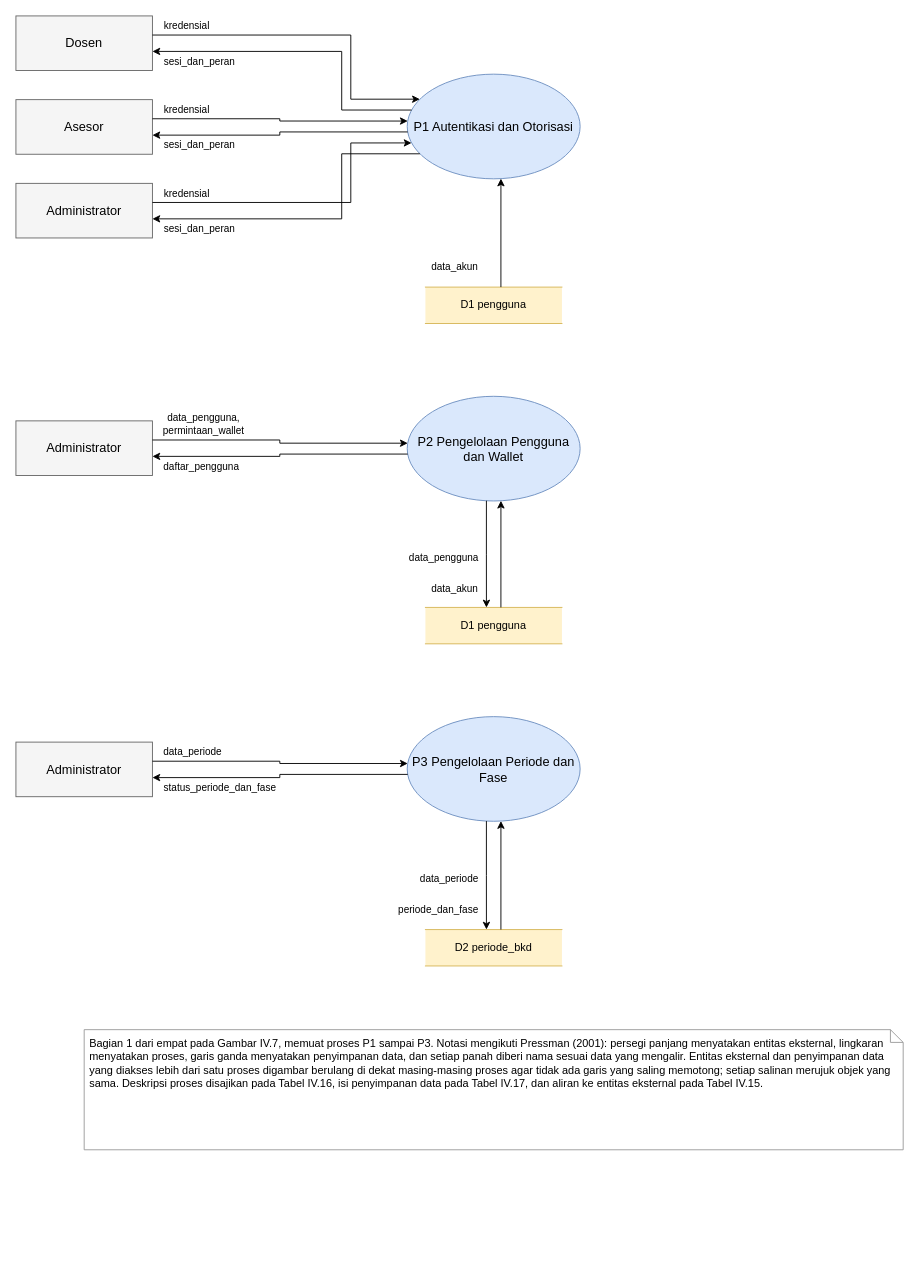
Earlier version of the draw.io diagram docs/diagram/IV-07-a-dfd-level-1-p1-p3.drawio (SandChik/TugasAkhir). Source tidied: cells renumbered, new cells numbered last; positions are measured from the earlier drawing's top-left corner, leaving out a move shared by most shapes. Both pictures are drawn from the tidied source at 91%, with x=0, y=0 at pixel (15, 15).
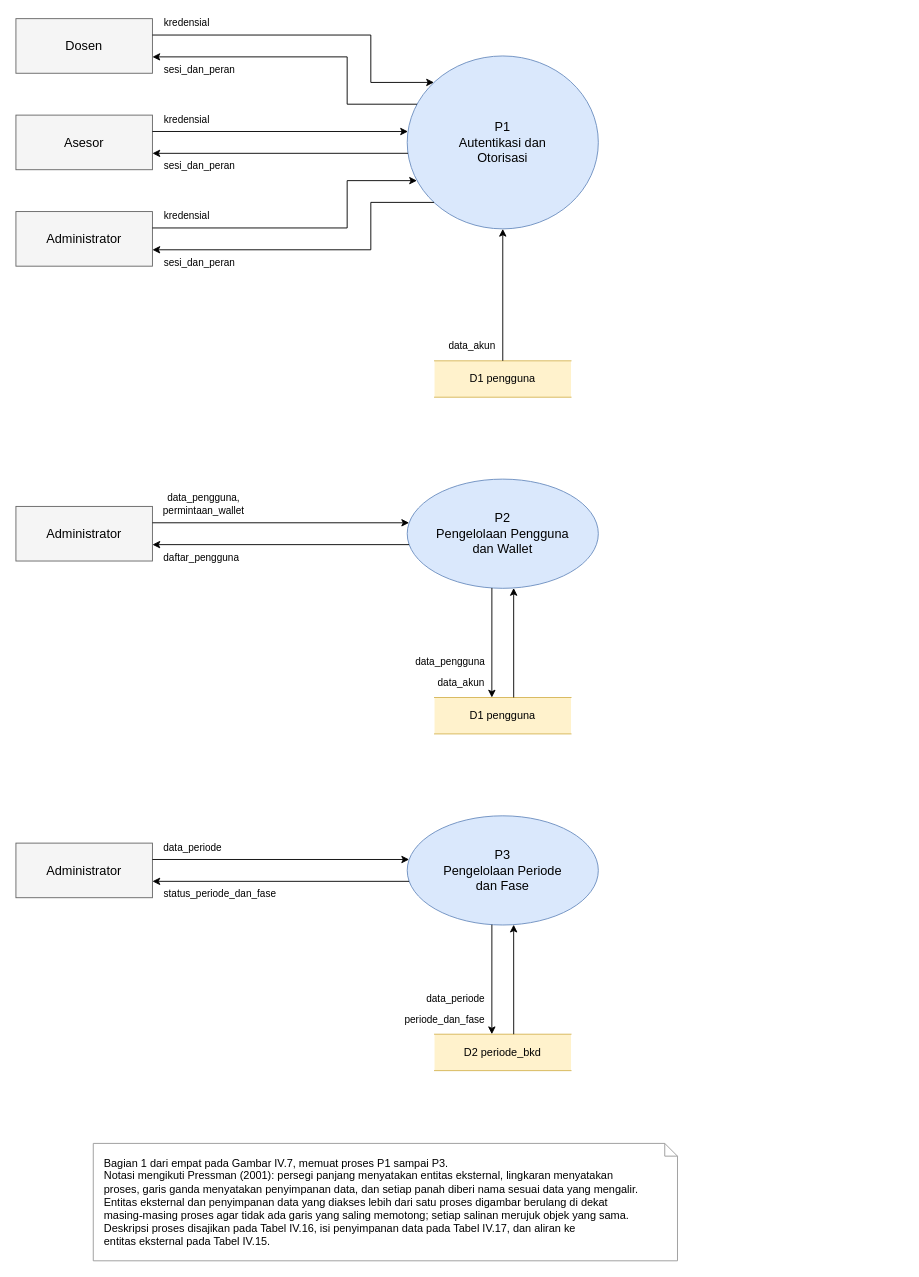
After the change.

The edit, as a diff of the source:
```diff
@@
-    <mxCell id="2" value="P1 Autentikasi dan Otorisasi" style="ellipse;whiteSpace=wrap;html=1;fontSize=14;align=center;strokeColor=#6c8ebf;fillColor=#dae8fc;" parent="1" vertex="1">
-      <mxGeometry x="430" y="64" width="190" height="115" as="geometry" />
+    <mxCell id="2" value="P1&lt;br&gt;Autentikasi dan&lt;br&gt;Otorisasi" style="ellipse;whiteSpace=wrap;html=1;fontSize=14;align=center;strokeColor=#6c8ebf;fillColor=#dae8fc;" parent="1" vertex="1">
+      <mxGeometry x="430" y="44" width="210" height="190" as="geometry" />
     </mxCell>
     <mxCell id="3" value="Dosen" style="rounded=0;whiteSpace=wrap;html=1;fontSize=14;align=center;strokeColor=#666666;fillColor=#f5f5f5;" parent="1" vertex="1">
-      <mxGeometry width="150" height="60" as="geometry" />
+      <mxGeometry y="3" width="150" height="60" as="geometry" />
     </mxCell>
     <mxCell id="4" value="Asesor" style="rounded=0;whiteSpace=wrap;html=1;fontSize=14;align=center;strokeColor=#666666;fillColor=#f5f5f5;" parent="1" vertex="1">
-      <mxGeometry y="92" width="150" height="60" as="geometry" />
+      <mxGeometry y="109" width="150" height="60" as="geometry" />
     </mxCell>
     <mxCell id="5" value="Administrator" style="rounded=0;whiteSpace=wrap;html=1;fontSize=14;align=center;strokeColor=#666666;fillColor=#f5f5f5;" parent="1" vertex="1">
-      <mxGeometry y="184" width="150" height="60" as="geometry" />
+      <mxGeometry y="215" width="150" height="60" as="geometry" />
     </mxCell>
     <mxCell id="6" value="D1  pengguna" style="shape=partialRectangle;top=1;bottom=1;left=0;right=0;whiteSpace=wrap;html=1;fontSize=12;align=center;strokeColor=#d6b656;fillColor=#fff2cc;" parent="1" vertex="1">
-      <mxGeometry x="450" y="298" width="150" height="40" as="geometry" />
+      <mxGeometry x="460" y="379" width="150" height="40" as="geometry" />
     </mxCell>
-    <mxCell id="7" value="P2 Pengelolaan Pengguna dan Wallet" style="ellipse;whiteSpace=wrap;html=1;fontSize=14;align=center;strokeColor=#6c8ebf;fillColor=#dae8fc;" parent="1" vertex="1">
-      <mxGeometry x="430" y="418" width="190" height="115" as="geometry" />
+    <mxCell id="7" value="P2&lt;br&gt;Pengelolaan Pengguna&lt;br&gt;dan Wallet" style="ellipse;whiteSpace=wrap;html=1;fontSize=14;align=center;strokeColor=#6c8ebf;fillColor=#dae8fc;" parent="1" vertex="1">
+      <mxGeometry x="430" y="509" width="210" height="120" as="geometry" />
     </mxCell>
     <mxCell id="8" value="Administrator" style="rounded=0;whiteSpace=wrap;html=1;fontSize=14;align=center;strokeColor=#666666;fillColor=#f5f5f5;" parent="1" vertex="1">
-      <mxGeometry y="445" width="150" height="60" as="geometry" />
+      <mxGeometry y="539" width="150" height="60" as="geometry" />
     </mxCell>
     <mxCell id="9" value="D1  pengguna" style="shape=partialRectangle;top=1;bottom=1;left=0;right=0;whiteSpace=wrap;html=1;fontSize=12;align=center;strokeColor=#d6b656;fillColor=#fff2cc;" parent="1" vertex="1">
-      <mxGeometry x="450" y="650" width="150" height="40" as="geometry" />
+      <mxGeometry x="460" y="749" width="150" height="40" as="geometry" />
     </mxCell>
-    <mxCell id="10" value="P3 Pengelolaan Periode dan Fase" style="ellipse;whiteSpace=wrap;html=1;fontSize=14;align=center;strokeColor=#6c8ebf;fillColor=#dae8fc;" parent="1" vertex="1">
-      <mxGeometry x="430" y="770" width="190" height="115" as="geometry" />
+    <mxCell id="10" value="P3&lt;br&gt;Pengelolaan Periode&lt;br&gt;dan Fase" style="ellipse;whiteSpace=wrap;html=1;fontSize=14;align=center;strokeColor=#6c8ebf;fillColor=#dae8fc;" parent="1" vertex="1">
+      <mxGeometry x="430" y="879" width="210" height="120" as="geometry" />
     </mxCell>
     <mxCell id="11" value="Administrator" style="rounded=0;whiteSpace=wrap;html=1;fontSize=14;align=center;strokeColor=#666666;fillColor=#f5f5f5;" parent="1" vertex="1">
-      <mxGeometry y="798" width="150" height="60" as="geometry" />
+      <mxGeometry y="909" width="150" height="60" as="geometry" />
     </mxCell>
     <mxCell id="12" value="D2  periode_bkd" style="shape=partialRectangle;top=1;bottom=1;left=0;right=0;whiteSpace=wrap;html=1;fontSize=12;align=center;strokeColor=#d6b656;fillColor=#fff2cc;" parent="1" vertex="1">
-      <mxGeometry x="450" y="1004" width="150" height="40" as="geometry" />
+      <mxGeometry x="460" y="1119" width="150" height="40" as="geometry" />
     </mxCell>
-    <mxCell id="13" value="Bagian 1 dari empat pada Gambar IV.7, memuat proses P1 sampai P3. Notasi mengikuti Pressman (2001): persegi panjang menyatakan entitas eksternal, lingkaran menyatakan proses, garis ganda menyatakan penyimpanan data, dan setiap panah diberi nama sesuai data yang mengalir. Entitas eksternal dan penyimpanan data yang diakses lebih dari satu proses digambar berulang di dekat masing-masing proses agar tidak ada garis yang saling memotong; setiap salinan merujuk objek yang sama. Deskripsi proses disajikan pada Tabel IV.16, isi penyimpanan data pada Tabel IV.17, dan aliran ke entitas eksternal pada Tabel IV.15." style="shape=note;size=14;verticalAlign=top;spacingLeft=4;spacingTop=2;whiteSpace=wrap;html=1;fontSize=12;align=left;strokeColor=#999999;fillColor=#ffffff;" parent="1" vertex="1">
-      <mxGeometry x="75" y="1114" width="900" height="132" as="geometry" />
+    <mxCell id="13" value="Bagian 1 dari empat pada Gambar IV.7, memuat proses P1 sampai P3.&lt;br&gt;Notasi mengikuti Pressman (2001): persegi panjang menyatakan entitas eksternal, lingkaran menyatakan&lt;br&gt;proses, garis ganda menyatakan penyimpanan data, dan setiap panah diberi nama sesuai data yang mengalir.&lt;br&gt;Entitas eksternal dan penyimpanan data yang diakses lebih dari satu proses digambar berulang di dekat&lt;br&gt;masing-masing proses agar tidak ada garis yang saling memotong; setiap salinan merujuk objek yang sama.&lt;br&gt;Deskripsi proses disajikan pada Tabel IV.16, isi penyimpanan data pada Tabel IV.17, dan aliran ke&lt;br&gt;entitas eksternal pada Tabel IV.15." style="shape=note;size=14;verticalAlign=top;spacingLeft=10;spacingRight=20;spacingTop=8;whiteSpace=wrap;html=1;fontSize=12;align=left;strokeColor=#999999;fillColor=#ffffff;" parent="1" vertex="1">
+      <mxGeometry x="85" y="1239" width="642" height="129" as="geometry" />
     </mxCell>
-    <mxCell id="14" style="edgeStyle=orthogonalEdgeStyle;rounded=0;html=1;strokeColor=#000000;endArrow=classic;startArrow=none;exitX=1.000;exitY=0.350;exitDx=0;exitDy=0;entryX=0.073;entryY=0.239;entryDx=0;entryDy=0;entryPerimeter=0;" parent="1" edge="1" source="3" target="2">
+    <mxCell id="14" style="edgeStyle=orthogonalEdgeStyle;rounded=0;html=1;strokeColor=#000000;endArrow=classic;startArrow=none;exitX=1.000;exitY=0.300;exitDx=0;exitDy=0;entryX=0.140;entryY=0.153;entryDx=0;entryDy=0;entryPerimeter=0;" parent="1" edge="1" source="3" target="2">
       <mxGeometry relative="1" as="geometry">
         <Array as="points">
-          <mxPoint x="368" y="21" />
-          <mxPoint x="368" y="92" />
+          <mxPoint x="390" y="21" />
+          <mxPoint x="390" y="73" />
         </Array>
       </mxGeometry>
     </mxCell>
-    <mxCell id="15" style="edgeStyle=orthogonalEdgeStyle;rounded=0;html=1;strokeColor=#000000;endArrow=classic;startArrow=none;exitX=0.025;exitY=0.343;exitDx=0;exitDy=0;exitPerimeter=0;entryX=1.000;entryY=0.650;entryDx=0;entryDy=0;" parent="1" edge="1" source="2" target="3">
+    <mxCell id="15" style="edgeStyle=orthogonalEdgeStyle;rounded=0;html=1;strokeColor=#000000;endArrow=classic;startArrow=none;exitX=0.051;exitY=0.279;exitDx=0;exitDy=0;exitPerimeter=0;entryX=1.000;entryY=0.700;entryDx=0;entryDy=0;" parent="1" edge="1" source="2" target="3">
       <mxGeometry relative="1" as="geometry">
         <Array as="points">
-          <mxPoint x="358" y="104" />
-          <mxPoint x="358" y="39" />
+          <mxPoint x="364" y="97" />
+          <mxPoint x="364" y="45" />
         </Array>
       </mxGeometry>
     </mxCell>
-    <mxCell id="16" style="edgeStyle=orthogonalEdgeStyle;rounded=0;html=1;strokeColor=#000000;endArrow=classic;startArrow=none;exitX=1.000;exitY=0.350;exitDx=0;exitDy=0;entryX=0.003;entryY=0.448;entryDx=0;entryDy=0;entryPerimeter=0;" parent="1" edge="1" source="4" target="2">
+    <mxCell id="16" style="edgeStyle=orthogonalEdgeStyle;rounded=0;html=1;strokeColor=#000000;endArrow=classic;startArrow=none;exitX=1.000;exitY=0.300;exitDx=0;exitDy=0;entryX=0.004;entryY=0.437;entryDx=0;entryDy=0;entryPerimeter=0;" parent="1" edge="1" source="4" target="2">
       <mxGeometry relative="1" as="geometry" />
     </mxCell>
-    <mxCell id="17" style="edgeStyle=orthogonalEdgeStyle;rounded=0;html=1;strokeColor=#000000;endArrow=classic;startArrow=none;exitX=0.003;exitY=0.552;exitDx=0;exitDy=0;exitPerimeter=0;entryX=1.000;entryY=0.650;entryDx=0;entryDy=0;" parent="1" edge="1" source="2" target="4">
+    <mxCell id="17" style="edgeStyle=orthogonalEdgeStyle;rounded=0;html=1;strokeColor=#000000;endArrow=classic;startArrow=none;exitX=0.004;exitY=0.563;exitDx=0;exitDy=0;exitPerimeter=0;entryX=1.000;entryY=0.700;entryDx=0;entryDy=0;" parent="1" edge="1" source="2" target="4">
       <mxGeometry relative="1" as="geometry" />
     </mxCell>
-    <mxCell id="18" style="edgeStyle=orthogonalEdgeStyle;rounded=0;html=1;strokeColor=#000000;endArrow=classic;startArrow=none;exitX=1.000;exitY=0.350;exitDx=0;exitDy=0;entryX=0.025;entryY=0.657;entryDx=0;entryDy=0;entryPerimeter=0;" parent="1" edge="1" source="5" target="2">
+    <mxCell id="18" style="edgeStyle=orthogonalEdgeStyle;rounded=0;html=1;strokeColor=#000000;endArrow=classic;startArrow=none;exitX=1.000;exitY=0.300;exitDx=0;exitDy=0;entryX=0.051;entryY=0.721;entryDx=0;entryDy=0;entryPerimeter=0;" parent="1" edge="1" source="5" target="2">
       <mxGeometry relative="1" as="geometry">
         <Array as="points">
-          <mxPoint x="368" y="205" />
-          <mxPoint x="368" y="140" />
+          <mxPoint x="364" y="233" />
+          <mxPoint x="364" y="181" />
         </Array>
       </mxGeometry>
     </mxCell>
-    <mxCell id="19" style="edgeStyle=orthogonalEdgeStyle;rounded=0;html=1;strokeColor=#000000;endArrow=classic;startArrow=none;exitX=0.073;exitY=0.761;exitDx=0;exitDy=0;exitPerimeter=0;entryX=1.000;entryY=0.650;entryDx=0;entryDy=0;" parent="1" edge="1" source="2" target="5">
+    <mxCell id="19" style="edgeStyle=orthogonalEdgeStyle;rounded=0;html=1;strokeColor=#000000;endArrow=classic;startArrow=none;exitX=0.140;exitY=0.847;exitDx=0;exitDy=0;exitPerimeter=0;entryX=1.000;entryY=0.700;entryDx=0;entryDy=0;" parent="1" edge="1" source="2" target="5">
       <mxGeometry relative="1" as="geometry">
         <Array as="points">
-          <mxPoint x="358" y="152" />
-          <mxPoint x="358" y="223" />
+          <mxPoint x="390" y="205" />
+          <mxPoint x="390" y="257" />
         </Array>
       </mxGeometry>
     </mxCell>
-    <mxCell id="20" style="edgeStyle=orthogonalEdgeStyle;rounded=0;html=1;strokeColor=#000000;endArrow=classic;startArrow=none;exitX=0.553;exitY=0.000;exitDx=0;exitDy=0;entryX=0.542;entryY=0.998;entryDx=0;entryDy=0;entryPerimeter=0;" parent="1" edge="1" source="6" target="2">
+    <mxCell id="20" style="edgeStyle=orthogonalEdgeStyle;rounded=0;html=1;strokeColor=#000000;endArrow=classic;startArrow=none;exitX=0.500;exitY=0.000;exitDx=0;exitDy=0;entryX=0.500;entryY=1.000;entryDx=0;entryDy=0;entryPerimeter=0;" parent="1" edge="1" source="6" target="2">
       <mxGeometry relative="1" as="geometry" />
     </mxCell>
-    <mxCell id="21" style="edgeStyle=orthogonalEdgeStyle;rounded=0;html=1;strokeColor=#000000;endArrow=classic;startArrow=none;exitX=1.000;exitY=0.350;exitDx=0;exitDy=0;entryX=0.003;entryY=0.448;entryDx=0;entryDy=0;entryPerimeter=0;" parent="1" edge="1" source="8" target="7">
+    <mxCell id="21" style="edgeStyle=orthogonalEdgeStyle;rounded=0;html=1;strokeColor=#000000;endArrow=classic;startArrow=none;exitX=1.000;exitY=0.300;exitDx=0;exitDy=0;entryX=0.010;entryY=0.400;entryDx=0;entryDy=0;entryPerimeter=0;" parent="1" edge="1" source="8" target="7">
       <mxGeometry relative="1" as="geometry" />
     </mxCell>
-    <mxCell id="22" style="edgeStyle=orthogonalEdgeStyle;rounded=0;html=1;strokeColor=#000000;endArrow=classic;startArrow=none;exitX=0.003;exitY=0.552;exitDx=0;exitDy=0;exitPerimeter=0;entryX=1.000;entryY=0.650;entryDx=0;entryDy=0;" parent="1" edge="1" source="7" target="8">
+    <mxCell id="22" style="edgeStyle=orthogonalEdgeStyle;rounded=0;html=1;strokeColor=#000000;endArrow=classic;startArrow=none;exitX=0.010;exitY=0.600;exitDx=0;exitDy=0;exitPerimeter=0;entryX=1.000;entryY=0.700;entryDx=0;entryDy=0;" parent="1" edge="1" source="7" target="8">
       <mxGeometry relative="1" as="geometry" />
     </mxCell>
-    <mxCell id="23" style="edgeStyle=orthogonalEdgeStyle;rounded=0;html=1;strokeColor=#000000;endArrow=classic;startArrow=none;exitX=0.458;exitY=0.998;exitDx=0;exitDy=0;exitPerimeter=0;entryX=0.447;entryY=0.000;entryDx=0;entryDy=0;" parent="1" edge="1" source="7" target="9">
+    <mxCell id="23" style="edgeStyle=orthogonalEdgeStyle;rounded=0;html=1;strokeColor=#000000;endArrow=classic;startArrow=none;exitX=0.443;exitY=0.997;exitDx=0;exitDy=0;exitPerimeter=0;entryX=0.420;entryY=0.000;entryDx=0;entryDy=0;" parent="1" edge="1" source="7" target="9">
       <mxGeometry relative="1" as="geometry" />
     </mxCell>
-    <mxCell id="24" style="edgeStyle=orthogonalEdgeStyle;rounded=0;html=1;strokeColor=#000000;endArrow=classic;startArrow=none;exitX=0.553;exitY=0.000;exitDx=0;exitDy=0;entryX=0.542;entryY=0.998;entryDx=0;entryDy=0;entryPerimeter=0;" parent="1" edge="1" source="9" target="7">
+    <mxCell id="24" style="edgeStyle=orthogonalEdgeStyle;rounded=0;html=1;strokeColor=#000000;endArrow=classic;startArrow=none;exitX=0.580;exitY=0.000;exitDx=0;exitDy=0;entryX=0.557;entryY=0.997;entryDx=0;entryDy=0;entryPerimeter=0;" parent="1" edge="1" source="9" target="7">
       <mxGeometry relative="1" as="geometry" />
     </mxCell>
-    <mxCell id="25" style="edgeStyle=orthogonalEdgeStyle;rounded=0;html=1;strokeColor=#000000;endArrow=classic;startArrow=none;exitX=1.000;exitY=0.350;exitDx=0;exitDy=0;entryX=0.003;entryY=0.448;entryDx=0;entryDy=0;entryPerimeter=0;" parent="1" edge="1" source="11" target="10">
+    <mxCell id="25" style="edgeStyle=orthogonalEdgeStyle;rounded=0;html=1;strokeColor=#000000;endArrow=classic;startArrow=none;exitX=1.000;exitY=0.300;exitDx=0;exitDy=0;entryX=0.010;entryY=0.400;entryDx=0;entryDy=0;entryPerimeter=0;" parent="1" edge="1" source="11" target="10">
       <mxGeometry relative="1" as="geometry" />
     </mxCell>
-    <mxCell id="26" style="edgeStyle=orthogonalEdgeStyle;rounded=0;html=1;strokeColor=#000000;endArrow=classic;startArrow=none;exitX=0.003;exitY=0.552;exitDx=0;exitDy=0;exitPerimeter=0;entryX=1.000;entryY=0.650;entryDx=0;entryDy=0;" parent="1" edge="1" source="10" target="11">
+    <mxCell id="26" style="edgeStyle=orthogonalEdgeStyle;rounded=0;html=1;strokeColor=#000000;endArrow=classic;startArrow=none;exitX=0.010;exitY=0.600;exitDx=0;exitDy=0;exitPerimeter=0;entryX=1.000;entryY=0.700;entryDx=0;entryDy=0;" parent="1" edge="1" source="10" target="11">
       <mxGeometry relative="1" as="geometry" />
     </mxCell>
-    <mxCell id="27" style="edgeStyle=orthogonalEdgeStyle;rounded=0;html=1;strokeColor=#000000;endArrow=classic;startArrow=none;exitX=0.458;exitY=0.998;exitDx=0;exitDy=0;exitPerimeter=0;entryX=0.447;entryY=0.000;entryDx=0;entryDy=0;" parent="1" edge="1" source="10" target="12">
+    <mxCell id="27" style="edgeStyle=orthogonalEdgeStyle;rounded=0;html=1;strokeColor=#000000;endArrow=classic;startArrow=none;exitX=0.443;exitY=0.997;exitDx=0;exitDy=0;exitPerimeter=0;entryX=0.420;entryY=0.000;entryDx=0;entryDy=0;" parent="1" edge="1" source="10" target="12">
       <mxGeometry relative="1" as="geometry" />
     </mxCell>
-    <mxCell id="28" style="edgeStyle=orthogonalEdgeStyle;rounded=0;html=1;strokeColor=#000000;endArrow=classic;startArrow=none;exitX=0.553;exitY=0.000;exitDx=0;exitDy=0;entryX=0.542;entryY=0.998;entryDx=0;entryDy=0;entryPerimeter=0;" parent="1" edge="1" source="12" target="10">
+    <mxCell id="28" style="edgeStyle=orthogonalEdgeStyle;rounded=0;html=1;strokeColor=#000000;endArrow=classic;startArrow=none;exitX=0.580;exitY=0.000;exitDx=0;exitDy=0;entryX=0.557;entryY=0.997;entryDx=0;entryDy=0;entryPerimeter=0;" parent="1" edge="1" source="12" target="10">
       <mxGeometry relative="1" as="geometry" />
     </mxCell>
-    <mxCell id="29" value="kredensial" style="text;html=1;whiteSpace=wrap;fontSize=11;align=center;verticalAlign=middle;strokeColor=none;fillColor=#ffffff;" parent="1" vertex="1">
-      <mxGeometry x="160" y="3" width="56" height="15" as="geometry" />
-    </mxCell>
+    <mxCell id="44" value="kredensial" style="text;html=1;whiteSpace=wrap;fontSize=11;align=center;verticalAlign=middle;strokeColor=none;fillColor=#ffffff;" parent="1" vertex="1">
+      <mxGeometry x="160" width="56" height="15" as="geometry" />
+    </mxCell>
     <mxCell id="30" value="sesi_dan_peran" style="text;html=1;whiteSpace=wrap;fontSize=11;align=center;verticalAlign=middle;strokeColor=none;fillColor=#ffffff;" parent="1" vertex="1">
-      <mxGeometry x="160" y="42" width="84" height="15" as="geometry" />
+      <mxGeometry x="160" y="51" width="84" height="15" as="geometry" />
     </mxCell>
-    <mxCell id="31" value="kredensial" style="text;html=1;whiteSpace=wrap;fontSize=11;align=center;verticalAlign=middle;strokeColor=none;fillColor=#ffffff;" parent="1" vertex="1">
-      <mxGeometry x="160" y="95" width="56" height="15" as="geometry" />
-    </mxCell>
+    <mxCell id="45" value="kredensial" style="text;html=1;whiteSpace=wrap;fontSize=11;align=center;verticalAlign=middle;strokeColor=none;fillColor=#ffffff;" parent="1" vertex="1">
+      <mxGeometry x="160" y="106" width="56" height="15" as="geometry" />
+    </mxCell>
     <mxCell id="32" value="sesi_dan_peran" style="text;html=1;whiteSpace=wrap;fontSize=11;align=center;verticalAlign=middle;strokeColor=none;fillColor=#ffffff;" parent="1" vertex="1">
-      <mxGeometry x="160" y="134" width="84" height="15" as="geometry" />
+      <mxGeometry x="160" y="157" width="84" height="15" as="geometry" />
     </mxCell>
-    <mxCell id="33" value="kredensial" style="text;html=1;whiteSpace=wrap;fontSize=11;align=center;verticalAlign=middle;strokeColor=none;fillColor=#ffffff;" parent="1" vertex="1">
-      <mxGeometry x="160" y="187" width="56" height="15" as="geometry" />
-    </mxCell>
+    <mxCell id="46" value="kredensial" style="text;html=1;whiteSpace=wrap;fontSize=11;align=center;verticalAlign=middle;strokeColor=none;fillColor=#ffffff;" parent="1" vertex="1">
+      <mxGeometry x="160" y="212" width="56" height="15" as="geometry" />
+    </mxCell>
     <mxCell id="34" value="sesi_dan_peran" style="text;html=1;whiteSpace=wrap;fontSize=11;align=center;verticalAlign=middle;strokeColor=none;fillColor=#ffffff;" parent="1" vertex="1">
-      <mxGeometry x="160" y="226" width="84" height="15" as="geometry" />
+      <mxGeometry x="160" y="263" width="84" height="15" as="geometry" />
     </mxCell>
     <mxCell id="35" value="data_akun" style="text;html=1;whiteSpace=wrap;fontSize=11;align=center;verticalAlign=middle;strokeColor=none;fillColor=#ffffff;" parent="1" vertex="1">
-      <mxGeometry x="454" y="268" width="57" height="15" as="geometry" />
+      <mxGeometry x="473" y="355" width="57" height="15" as="geometry" />
     </mxCell>
-    <mxCell id="36" value="data_pengguna, permintaan_wallet" style="text;html=1;whiteSpace=wrap;fontSize=11;align=center;verticalAlign=middle;strokeColor=none;fillColor=#ffffff;" parent="1" vertex="1">
-      <mxGeometry x="160" y="434" width="93" height="29" as="geometry" />
+    <mxCell id="36" value="data_pengguna,&lt;br&gt;permintaan_wallet" style="text;html=1;whiteSpace=wrap;fontSize=11;align=center;verticalAlign=middle;strokeColor=none;fillColor=#ffffff;" parent="1" vertex="1">
+      <mxGeometry x="160" y="522" width="93" height="29" as="geometry" />
     </mxCell>
     <mxCell id="37" value="daftar_pengguna" style="text;html=1;whiteSpace=wrap;fontSize=11;align=center;verticalAlign=middle;strokeColor=none;fillColor=#ffffff;" parent="1" vertex="1">
-      <mxGeometry x="160" y="487" width="88" height="15" as="geometry" />
+      <mxGeometry x="160" y="587" width="88" height="15" as="geometry" />
     </mxCell>
     <mxCell id="38" value="data_pengguna" style="text;html=1;whiteSpace=wrap;fontSize=11;align=center;verticalAlign=middle;strokeColor=none;fillColor=#ffffff;" parent="1" vertex="1">
-      <mxGeometry x="430" y="587" width="81" height="15" as="geometry" />
+      <mxGeometry x="437" y="702" width="81" height="15" as="geometry" />
     </mxCell>
     <mxCell id="39" value="data_akun" style="text;html=1;whiteSpace=wrap;fontSize=11;align=center;verticalAlign=middle;strokeColor=none;fillColor=#ffffff;" parent="1" vertex="1">
-      <mxGeometry x="454" y="621" width="57" height="15" as="geometry" />
+      <mxGeometry x="461" y="725" width="57" height="15" as="geometry" />
     </mxCell>
-    <mxCell id="40" value="data_periode" style="text;html=1;whiteSpace=wrap;fontSize=11;align=center;verticalAlign=middle;strokeColor=none;fillColor=#ffffff;" parent="1" vertex="1">
-      <mxGeometry x="160" y="801" width="69" height="15" as="geometry" />
-    </mxCell>
+    <mxCell id="47" value="data_periode" style="text;html=1;whiteSpace=wrap;fontSize=11;align=center;verticalAlign=middle;strokeColor=none;fillColor=#ffffff;" parent="1" vertex="1">
+      <mxGeometry x="160" y="906" width="69" height="15" as="geometry" />
+    </mxCell>
     <mxCell id="41" value="status_periode_dan_fase" style="text;html=1;whiteSpace=wrap;fontSize=11;align=center;verticalAlign=middle;strokeColor=none;fillColor=#ffffff;" parent="1" vertex="1">
-      <mxGeometry x="160" y="840" width="129" height="15" as="geometry" />
+      <mxGeometry x="160" y="957" width="129" height="15" as="geometry" />
     </mxCell>
-    <mxCell id="42" value="data_periode" style="text;html=1;whiteSpace=wrap;fontSize=11;align=center;verticalAlign=middle;strokeColor=none;fillColor=#ffffff;" parent="1" vertex="1">
-      <mxGeometry x="442" y="940" width="69" height="15" as="geometry" />
-    </mxCell>
+    <mxCell id="48" value="data_periode" style="text;html=1;whiteSpace=wrap;fontSize=11;align=center;verticalAlign=middle;strokeColor=none;fillColor=#ffffff;" parent="1" vertex="1">
+      <mxGeometry x="449" y="1072" width="69" height="15" as="geometry" />
+    </mxCell>
     <mxCell id="43" value="periode_dan_fase" style="text;html=1;whiteSpace=wrap;fontSize=11;align=center;verticalAlign=middle;strokeColor=none;fillColor=#ffffff;" parent="1" vertex="1">
-      <mxGeometry x="418" y="974" width="93" height="15" as="geometry" />
+      <mxGeometry x="425" y="1095" width="93" height="15" as="geometry" />
     </mxCell>
```
